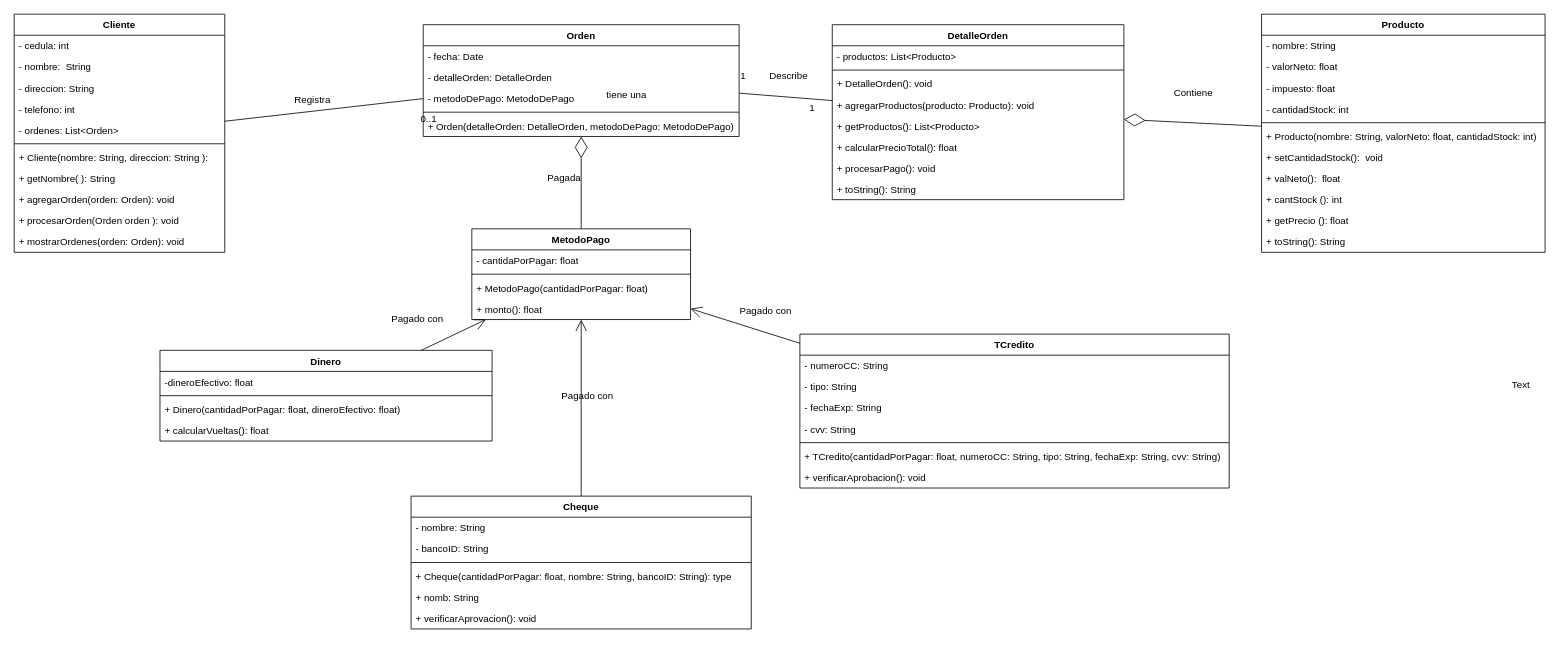
This is ModeloTienda-sinGRASP.drawio from JosehpCR/DiagramasUML, a draw.io file, before an edit. Source tidied: cells renumbered, new cells numbered last; positions are measured from the earlier drawing's top-left corner, leaving out a move shared by most shapes. Both pictures are drawn from the tidied source at 81%, with x=0, y=0 at pixel (14, 14).
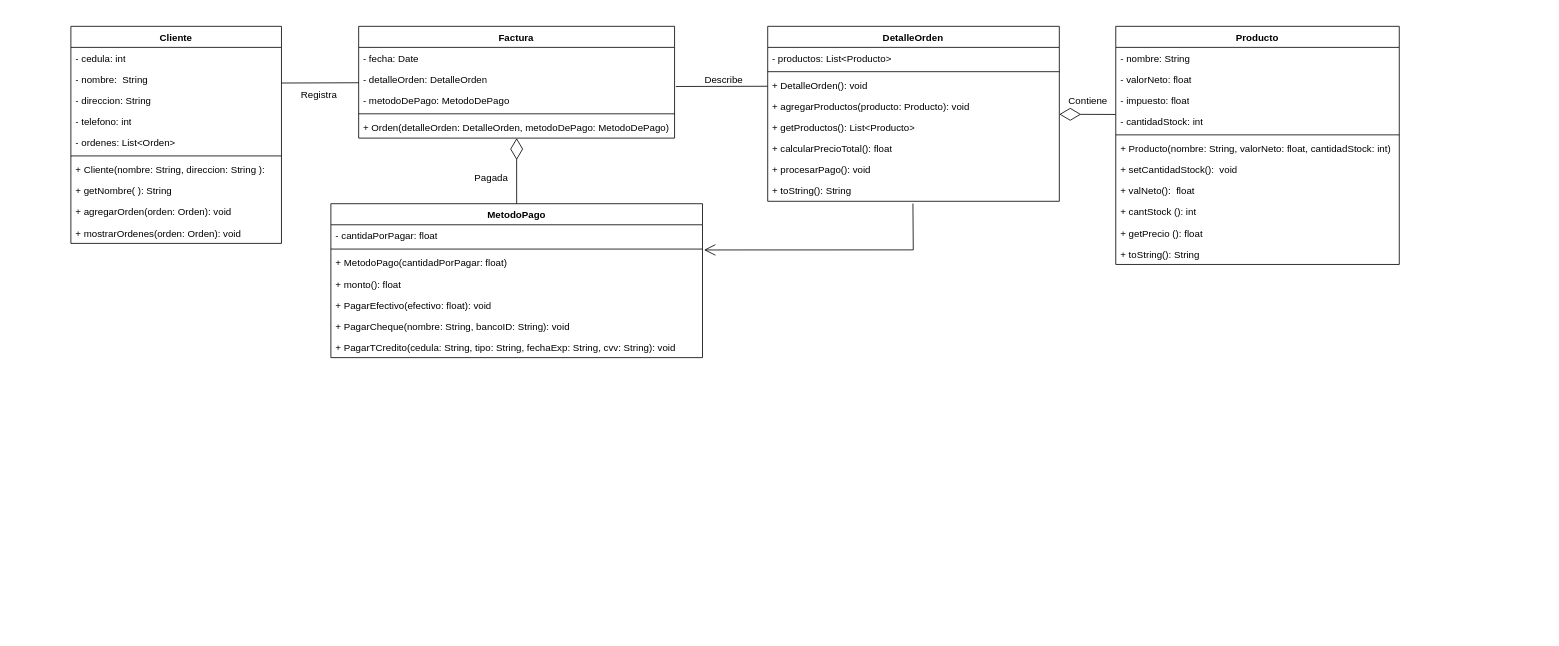
The same page after the edit.

Commit message:
Actualización UML sin GRASP

The change refers to these unchanged cells:
```xml
<mxCell id="27" value="+ toString(): String" style="text;strokeColor=none;fillColor=none;align=left;verticalAlign=top;spacingLeft=4;spacingRight=4;overflow=hidden;points=[[0,0.5],[1,0.5]];portConstraint=eastwest;whiteSpace=wrap;html=1;" parent="19" vertex="1">
  <mxGeometry y="190" width="360" height="26" as="geometry" />
</mxCell>
<mxCell id="47" value="- cantidadStock: int" style="text;strokeColor=none;fillColor=none;align=left;verticalAlign=top;spacingLeft=4;spacingRight=4;overflow=hidden;points=[[0,0.5],[1,0.5]];portConstraint=eastwest;whiteSpace=wrap;html=1;" parent="43" vertex="1">
  <mxGeometry y="104" width="350" height="26" as="geometry" />
</mxCell>
<mxCell id="58" value="- metodoDePago: MetodoDePago" style="text;strokeColor=none;fillColor=none;align=left;verticalAlign=top;spacingLeft=4;spacingRight=4;overflow=hidden;points=[[0,0.5],[1,0.5]];portConstraint=eastwest;whiteSpace=wrap;html=1;" parent="55" vertex="1">
  <mxGeometry y="78" width="390" height="26" as="geometry" />
</mxCell>
```

Change to the diagram source:
```diff
@@
     <mxCell id="2" value="Cliente" style="swimlane;fontStyle=1;align=center;verticalAlign=top;horizontal=1;startSize=26;whiteSpace=wrap;html=1;" parent="1" vertex="1">
-      <mxGeometry width="260" height="294" as="geometry" />
+      <mxGeometry x="70" y="15" width="260" height="268" as="geometry" />
     </mxCell>
@@
-    <mxCell id="12" value="+ procesarOrden(Orden orden ): void" style="text;strokeColor=none;fillColor=none;align=left;verticalAlign=top;spacingLeft=4;spacingRight=4;overflow=hidden;whiteSpace=wrap;html=1;" parent="2" vertex="1">
-      <mxGeometry y="242" width="260" height="26" as="geometry" />
-    </mxCell>
     <mxCell id="13" value="+ mostrarOrdenes(orden: Orden): void&amp;nbsp;" style="text;strokeColor=none;fillColor=none;align=left;verticalAlign=top;spacingLeft=4;spacingRight=4;overflow=hidden;whiteSpace=wrap;html=1;" parent="2" vertex="1">
-      <mxGeometry y="268" width="260" height="26" as="geometry" />
+      <mxGeometry y="242" width="260" height="26" as="geometry" />
     </mxCell>
-    <mxCell id="14" value="Dinero" style="swimlane;fontStyle=1;align=center;verticalAlign=top;horizontal=1;startSize=26;whiteSpace=wrap;html=1;" parent="1" vertex="1">
-      <mxGeometry x="180" y="415" width="410" height="112" as="geometry" />
-    </mxCell>
-    <mxCell id="15" value="-dineroEfectivo: float" style="text;strokeColor=none;fillColor=none;align=left;verticalAlign=top;spacingLeft=4;spacingRight=4;overflow=hidden;whiteSpace=wrap;html=1;" parent="14" vertex="1">
-      <mxGeometry y="26" width="410" height="26" as="geometry" />
-    </mxCell>
-    <mxCell id="16" style="line;strokeWidth=1;fillColor=none;align=left;verticalAlign=middle;spacingTop=-1;spacingLeft=3;spacingRight=3;labelPosition=right;strokeColor=inherit;" parent="14" vertex="1">
-      <mxGeometry y="52" width="410" height="8" as="geometry" />
-    </mxCell>
-    <mxCell id="17" value="+ Dinero(cantidadPorPagar: float, dineroEfectivo: float)" style="text;strokeColor=none;fillColor=none;align=left;verticalAlign=top;spacingLeft=4;spacingRight=4;overflow=hidden;whiteSpace=wrap;html=1;" parent="14" vertex="1">
-      <mxGeometry y="60" width="410" height="26" as="geometry" />
-    </mxCell>
-    <mxCell id="18" value="+ calcularVueltas(): float" style="text;strokeColor=none;fillColor=none;align=left;verticalAlign=top;spacingLeft=4;spacingRight=4;overflow=hidden;whiteSpace=wrap;html=1;" parent="14" vertex="1">
-      <mxGeometry y="86" width="410" height="26" as="geometry" />
-    </mxCell>
     <mxCell id="19" value="DetalleOrden" style="swimlane;fontStyle=1;align=center;verticalAlign=top;horizontal=1;startSize=26;whiteSpace=wrap;html=1;" parent="1" vertex="1">
-      <mxGeometry x="1010" y="13" width="360" height="216" as="geometry" />
+      <mxGeometry x="930.3" y="15" width="360" height="216" as="geometry" />
     </mxCell>
@@
-    <mxCell id="28" value="TCredito" style="swimlane;fontStyle=1;align=center;verticalAlign=top;horizontal=1;startSize=26;whiteSpace=wrap;html=1;" parent="1" vertex="1">
-      <mxGeometry x="970" y="395" width="530" height="190" as="geometry" />
-    </mxCell>
-    <mxCell id="29" value="- numeroCC: String" style="text;strokeColor=none;fillColor=none;align=left;verticalAlign=top;spacingLeft=4;spacingRight=4;overflow=hidden;whiteSpace=wrap;html=1;" parent="28" vertex="1">
-      <mxGeometry y="26" width="530" height="26" as="geometry" />
-    </mxCell>
-    <mxCell id="30" value="- tipo: String" style="text;strokeColor=none;fillColor=none;align=left;verticalAlign=top;spacingLeft=4;spacingRight=4;overflow=hidden;whiteSpace=wrap;html=1;" parent="28" vertex="1">
-      <mxGeometry y="52" width="530" height="26" as="geometry" />
-    </mxCell>
-    <mxCell id="31" value="- fechaExp: String" style="text;strokeColor=none;fillColor=none;align=left;verticalAlign=top;spacingLeft=4;spacingRight=4;overflow=hidden;whiteSpace=wrap;html=1;" parent="28" vertex="1">
-      <mxGeometry y="78" width="530" height="26" as="geometry" />
-    </mxCell>
-    <mxCell id="32" value="- cvv: String" style="text;strokeColor=none;fillColor=none;align=left;verticalAlign=top;spacingLeft=4;spacingRight=4;overflow=hidden;whiteSpace=wrap;html=1;" parent="28" vertex="1">
-      <mxGeometry y="104" width="530" height="26" as="geometry" />
-    </mxCell>
-    <mxCell id="33" style="line;strokeWidth=1;fillColor=none;align=left;verticalAlign=middle;spacingTop=-1;spacingLeft=3;spacingRight=3;labelPosition=right;strokeColor=inherit;" parent="28" vertex="1">
-      <mxGeometry y="130" width="530" height="8" as="geometry" />
-    </mxCell>
-    <mxCell id="34" value="+ TCredito(cantidadPorPagar: float, numeroCC: String, tipo: String, fechaExp: String, cvv: String)" style="text;strokeColor=none;fillColor=none;align=left;verticalAlign=top;spacingLeft=4;spacingRight=4;overflow=hidden;whiteSpace=wrap;html=1;" parent="28" vertex="1">
-      <mxGeometry y="138" width="530" height="26" as="geometry" />
-    </mxCell>
-    <mxCell id="35" value="+ verificarAprobacion(): void" style="text;strokeColor=none;fillColor=none;align=left;verticalAlign=top;spacingLeft=4;spacingRight=4;overflow=hidden;whiteSpace=wrap;html=1;" parent="28" vertex="1">
-      <mxGeometry y="164" width="530" height="26" as="geometry" />
-    </mxCell>
-    <mxCell id="36" value="Cheque" style="swimlane;fontStyle=1;align=center;verticalAlign=top;horizontal=1;startSize=26;whiteSpace=wrap;html=1;" parent="1" vertex="1">
-      <mxGeometry x="490" y="595" width="420" height="164" as="geometry" />
-    </mxCell>
-    <mxCell id="37" value="- nombre: String" style="text;strokeColor=none;fillColor=none;align=left;verticalAlign=top;spacingLeft=4;spacingRight=4;overflow=hidden;whiteSpace=wrap;html=1;" parent="36" vertex="1">
-      <mxGeometry y="26" width="420" height="26" as="geometry" />
-    </mxCell>
-    <mxCell id="38" value="- bancoID: String" style="text;strokeColor=none;fillColor=none;align=left;verticalAlign=top;spacingLeft=4;spacingRight=4;overflow=hidden;whiteSpace=wrap;html=1;" parent="36" vertex="1">
-      <mxGeometry y="52" width="420" height="26" as="geometry" />
-    </mxCell>
-    <mxCell id="39" style="line;strokeWidth=1;fillColor=none;align=left;verticalAlign=middle;spacingTop=-1;spacingLeft=3;spacingRight=3;labelPosition=right;strokeColor=inherit;" parent="36" vertex="1">
-      <mxGeometry y="78" width="420" height="8" as="geometry" />
-    </mxCell>
-    <mxCell id="40" value="+ Cheque(cantidadPorPagar: float, nombre: String, bancoID: String): type" style="text;strokeColor=none;fillColor=none;align=left;verticalAlign=top;spacingLeft=4;spacingRight=4;overflow=hidden;whiteSpace=wrap;html=1;" parent="36" vertex="1">
-      <mxGeometry y="86" width="420" height="26" as="geometry" />
-    </mxCell>
-    <mxCell id="41" value="+ nomb: String" style="text;strokeColor=none;fillColor=none;align=left;verticalAlign=top;spacingLeft=4;spacingRight=4;overflow=hidden;whiteSpace=wrap;html=1;" parent="36" vertex="1">
-      <mxGeometry y="112" width="420" height="26" as="geometry" />
-    </mxCell>
-    <mxCell id="42" value="+ verificarAprovacion(): void" style="text;strokeColor=none;fillColor=none;align=left;verticalAlign=top;spacingLeft=4;spacingRight=4;overflow=hidden;whiteSpace=wrap;html=1;" parent="36" vertex="1">
-      <mxGeometry y="138" width="420" height="26" as="geometry" />
-    </mxCell>
     <mxCell id="43" value="Producto" style="swimlane;fontStyle=1;align=center;verticalAlign=top;horizontal=1;startSize=26;whiteSpace=wrap;html=1;" parent="1" vertex="1">
-      <mxGeometry x="1540" width="350" height="294" as="geometry" />
+      <mxGeometry x="1360" y="15" width="350" height="294" as="geometry" />
     </mxCell>
@@
-    <mxCell id="55" value="Orden" style="swimlane;fontStyle=1;align=center;verticalAlign=top;horizontal=1;startSize=26;whiteSpace=wrap;html=1;" parent="1" vertex="1">
-      <mxGeometry x="505" y="13" width="390" height="138" as="geometry" />
+    <mxCell id="55" value="Factura" style="swimlane;fontStyle=1;align=center;verticalAlign=top;horizontal=1;startSize=26;whiteSpace=wrap;html=1;" parent="1" vertex="1">
+      <mxGeometry x="425.3" y="15" width="390" height="138" as="geometry" />
     </mxCell>
@@
-    <mxCell id="61" style="endArrow=open;endFill=1;endSize=12;html=1;rounded=0;" parent="1" edge="1" source="14" target="64">
-      <mxGeometry relative="1" as="geometry" />
-    </mxCell>
-    <mxCell id="62" style="endArrow=open;endFill=1;endSize=12;html=1;rounded=0;" parent="1" edge="1" source="36" target="64">
-      <mxGeometry relative="1" as="geometry" />
-    </mxCell>
-    <mxCell id="63" style="endArrow=open;endFill=1;endSize=12;html=1;rounded=0;" parent="1" edge="1" source="28" target="64">
-      <mxGeometry relative="1" as="geometry" />
-    </mxCell>
     <mxCell id="64" value="MetodoPago" style="swimlane;fontStyle=1;align=center;verticalAlign=top;horizontal=1;startSize=26;whiteSpace=wrap;html=1;" parent="1" vertex="1">
-      <mxGeometry x="565" y="265" width="270" height="112" as="geometry" />
+      <mxGeometry x="391" y="234" width="458.8" height="190" as="geometry" />
     </mxCell>
     <mxCell id="65" value="- cantidaPorPagar: float" style="text;strokeColor=none;fillColor=none;align=left;verticalAlign=top;spacingLeft=4;spacingRight=4;overflow=hidden;whiteSpace=wrap;html=1;" parent="64" vertex="1">
-      <mxGeometry y="26" width="270" height="26" as="geometry" />
+      <mxGeometry y="26" width="458.8" height="26" as="geometry" />
     </mxCell>
     <mxCell id="66" style="line;strokeWidth=1;fillColor=none;align=left;verticalAlign=middle;spacingTop=-1;spacingLeft=3;spacingRight=3;labelPosition=right;strokeColor=inherit;" parent="64" vertex="1">
-      <mxGeometry y="52" width="270" height="8" as="geometry" />
+      <mxGeometry y="52" width="458.8" height="8" as="geometry" />
     </mxCell>
     <mxCell id="67" value="+ MetodoPago(cantidadPorPagar: float)" style="text;strokeColor=none;fillColor=none;align=left;verticalAlign=top;spacingLeft=4;spacingRight=4;overflow=hidden;points=[[0,0.5],[1,0.5]];portConstraint=eastwest;whiteSpace=wrap;html=1;" parent="64" vertex="1">
-      <mxGeometry y="60" width="270" height="26" as="geometry" />
+      <mxGeometry y="60" width="458.8" height="26" as="geometry" />
     </mxCell>
     <mxCell id="68" value="+ monto(): float" style="text;strokeColor=none;fillColor=none;align=left;verticalAlign=top;spacingLeft=4;spacingRight=4;overflow=hidden;whiteSpace=wrap;html=1;" parent="64" vertex="1">
-      <mxGeometry y="86" width="270" height="26" as="geometry" />
+      <mxGeometry y="86" width="458.8" height="26" as="geometry" />
     </mxCell>
+    <mxCell id="85" value="+ PagarEfectivo(efectivo: float): void" style="text;strokeColor=none;fillColor=none;align=left;verticalAlign=top;spacingLeft=4;spacingRight=4;overflow=hidden;whiteSpace=wrap;html=1;" parent="64" vertex="1">
+      <mxGeometry y="112" width="458.8" height="26" as="geometry" />
+    </mxCell>
+    <mxCell id="86" value="+ PagarCheque(nombre: String, bancoID: String): void" style="text;strokeColor=none;fillColor=none;align=left;verticalAlign=top;spacingLeft=4;spacingRight=4;overflow=hidden;whiteSpace=wrap;html=1;" parent="64" vertex="1">
+      <mxGeometry y="138" width="458.8" height="26" as="geometry" />
+    </mxCell>
+    <mxCell id="87" value="+ PagarTCredito(cedula: String, tipo: String, fechaExp: String, cvv: String): void" style="text;strokeColor=none;fillColor=none;align=left;verticalAlign=top;spacingLeft=4;spacingRight=4;overflow=hidden;whiteSpace=wrap;html=1;" parent="64" vertex="1">
+      <mxGeometry y="164" width="458.8" height="26" as="geometry" />
+    </mxCell>
-    <mxCell id="69" style="endArrow=diamondThin;endFill=0;endSize=24;html=1;rounded=0;" parent="1" edge="1" source="43" target="19">
+    <mxCell id="69" style="endArrow=diamondThin;endFill=0;endSize=24;html=1;rounded=0;exitX=-0.001;exitY=0.185;exitDx=0;exitDy=0;exitPerimeter=0;" parent="1" edge="1" source="47" target="19">
       <mxGeometry relative="1" as="geometry" />
     </mxCell>
@@
-    <mxCell id="71" style="endArrow=none;html=1;rounded=0;align=center;verticalAlign=top;endFill=0;labelBackgroundColor=none;" parent="1" edge="1" source="2" target="55">
-      <mxGeometry relative="1" as="geometry" />
+    <mxCell id="71" style="endArrow=none;html=1;rounded=0;align=center;verticalAlign=top;endFill=0;labelBackgroundColor=none;" parent="1" edge="1" target="55">
+      <mxGeometry relative="1" as="geometry">
+        <mxPoint x="330" y="85" as="sourcePoint" />
+      </mxGeometry>
     </mxCell>
-    <mxCell id="72" value="0..1" style="html=1;align=left;verticalAlign=top;labelBackgroundColor=none;" parent="71" vertex="1">
-      <mxGeometry x="-1" relative="1" as="geometry">
-        <mxPoint x="240" y="-17" as="offset" />
-      </mxGeometry>
-    </mxCell>
     <mxCell id="73" value="Registra" style="html=1;align=right;verticalAlign=bottom;labelBackgroundColor=none;" parent="71" vertex="1">
       <mxGeometry x="1" relative="1" as="geometry">
-        <mxPoint x="-114" y="10" as="offset" />
+        <mxPoint x="-26" y="23" as="offset" />
       </mxGeometry>
     </mxCell>
-    <mxCell id="74" style="endArrow=none;html=1;rounded=0;align=center;verticalAlign=top;endFill=0;labelBackgroundColor=none;" parent="1" edge="1" source="19" target="55">
-      <mxGeometry relative="1" as="geometry" />
+    <mxCell id="74" style="endArrow=none;html=1;rounded=0;align=center;verticalAlign=top;endFill=0;labelBackgroundColor=none;entryX=1.004;entryY=-0.143;entryDx=0;entryDy=0;entryPerimeter=0;" parent="1" edge="1" target="58">
+      <mxGeometry relative="1" as="geometry">
+        <mxPoint x="930" y="89" as="sourcePoint" />
+      </mxGeometry>
     </mxCell>
-    <mxCell id="75" value="1" style="html=1;align=left;verticalAlign=top;labelBackgroundColor=none;" parent="74" vertex="1">
-      <mxGeometry x="-1" relative="1" as="geometry">
-        <mxPoint x="-30" y="-5" as="offset" />
-      </mxGeometry>
-    </mxCell>
-    <mxCell id="76" value="tiene una" style="html=1;align=right;verticalAlign=bottom;labelBackgroundColor=none;" parent="74" vertex="1">
-      <mxGeometry x="1" relative="1" as="geometry">
-        <mxPoint x="-114" y="10" as="offset" />
-      </mxGeometry>
-    </mxCell>
     <mxCell id="77" value="Describe" style="html=1;align=right;verticalAlign=bottom;labelBackgroundColor=none;" parent="1" vertex="1">
-      <mxGeometry x="980" y="85" as="geometry" />
+      <mxGeometry x="900.3" y="90" as="geometry" />
     </mxCell>
     <mxCell id="78" value="Pagada" style="html=1;align=right;verticalAlign=bottom;labelBackgroundColor=none;" parent="1" vertex="1">
-      <mxGeometry x="690" y="195" as="geometry">
+      <mxGeometry x="600" y="195" as="geometry">
         <mxPoint x="10" y="16" as="offset" />
       </mxGeometry>
     </mxCell>
-    <mxCell id="79" value="Pagado con" style="html=1;align=right;verticalAlign=bottom;labelBackgroundColor=none;" parent="1" vertex="1">
-      <mxGeometry x="960" y="375" as="geometry" />
-    </mxCell>
-    <mxCell id="80" value="Pagado con" style="html=1;align=right;verticalAlign=bottom;labelBackgroundColor=none;" parent="1" vertex="1">
-      <mxGeometry x="740" y="480" as="geometry" />
-    </mxCell>
-    <mxCell id="81" value="Pagado con" style="html=1;align=right;verticalAlign=bottom;labelBackgroundColor=none;" parent="1" vertex="1">
-      <mxGeometry x="530" y="385" as="geometry" />
-    </mxCell>
     <mxCell id="82" value="Contiene" style="html=1;align=right;verticalAlign=bottom;labelBackgroundColor=none;" parent="1" vertex="1">
-      <mxGeometry x="1480" y="105" as="geometry" />
+      <mxGeometry x="1350" y="115" as="geometry" />
     </mxCell>
-    <mxCell id="83" value="1" style="html=1;align=left;verticalAlign=bottom;labelBackgroundColor=none;" parent="1" vertex="1">
-      <mxGeometry x="895" y="85" as="geometry" />
-    </mxCell>
-    <mxCell id="84" value="Text" style="text;html=1;align=center;verticalAlign=middle;strokeColor=none;fillColor=none;" parent="1" vertex="1">
-      <mxGeometry x="1835" y="443" width="50" height="30" as="geometry" />
-    </mxCell>
+    <mxCell id="88" style="endArrow=open;endFill=1;endSize=12;html=1;rounded=0;entryX=1.004;entryY=-0.112;entryDx=0;entryDy=0;exitX=0.498;exitY=1.106;exitDx=0;exitDy=0;exitPerimeter=0;entryPerimeter=0;" parent="1" edge="1" source="27" target="67">
+      <mxGeometry relative="1" as="geometry">
+        <Array as="points">
+          <mxPoint x="1110" y="291" />
+        </Array>
+      </mxGeometry>
+    </mxCell>
```
